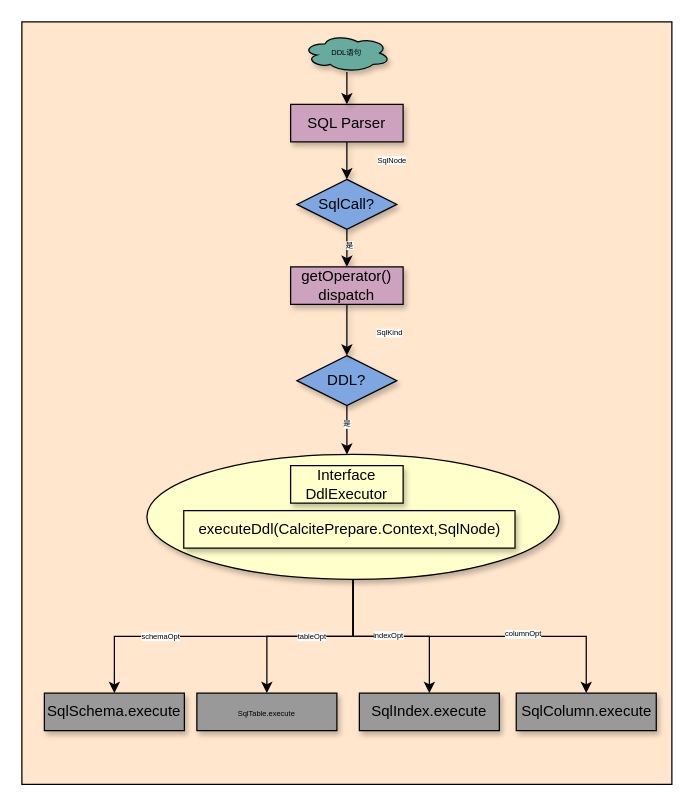
This is parser_ddl.drawio from arlottang/tdh_bit, a draw.io file, before an edit. Source tidied: cells renumbered, new cells numbered last; positions are measured from the earlier drawing's top-left corner, leaving out a move shared by most shapes. Both pictures are drawn from the tidied source at 125%, with x=0, y=0 at pixel (21, 21).
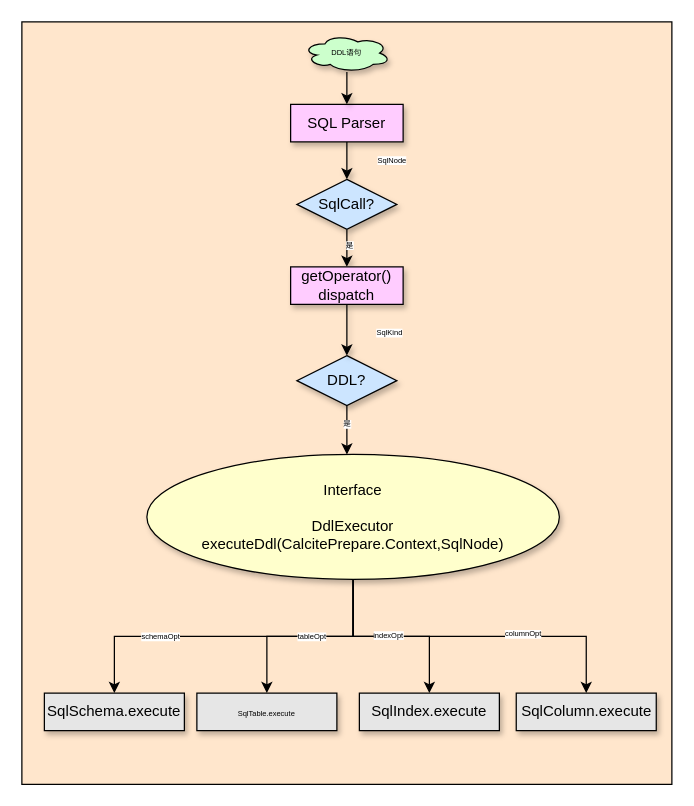
After the change.

Diff of the diagram source:
```diff
@@
-    <mxCell id="4" style="ellipse;whiteSpace=wrap;html=1;fillColor=#FFFFCC;shadow=1;" parent="1" vertex="1">
+    <mxCell id="4" value="Interface&lt;br&gt;&lt;br&gt;DdlExecutor&lt;span&gt;&lt;br&gt;executeDdl(CalcitePrepare.Context,SqlNode)&lt;/span&gt;" style="ellipse;whiteSpace=wrap;html=1;fillColor=#FFFFCC;shadow=1;" parent="1" vertex="1">
       <mxGeometry x="100" y="346" width="330" height="100" as="geometry" />
     </mxCell>
@@
-    <mxCell id="7" value="SQL Parser" style="rounded=0;whiteSpace=wrap;html=1;fillColor=#CDA2BE;shadow=1;" parent="1" vertex="1">
+    <mxCell id="7" value="SQL Parser" style="rounded=0;whiteSpace=wrap;html=1;fillColor=#FFCCFF;shadow=1;" parent="1" vertex="1">
       <mxGeometry x="215" y="66" width="90" height="30" as="geometry" />
     </mxCell>
@@
-    <mxCell id="10" value="SqlCall?" style="rhombus;whiteSpace=wrap;html=1;fillColor=#7EA6E0;shadow=1;" parent="1" vertex="1">
+    <mxCell id="10" value="SqlCall?" style="rhombus;whiteSpace=wrap;html=1;fillColor=#CCE5FF;shadow=1;" parent="1" vertex="1">
       <mxGeometry x="220" y="126" width="80" height="40" as="geometry" />
     </mxCell>
@@
-    <mxCell id="13" value="DDL?" style="rhombus;whiteSpace=wrap;html=1;fillColor=#7EA6E0;shadow=1;" parent="1" vertex="1">
+    <mxCell id="13" value="DDL?" style="rhombus;whiteSpace=wrap;html=1;fillColor=#CCE5FF;shadow=1;" parent="1" vertex="1">
       <mxGeometry x="220" y="267" width="80" height="40" as="geometry" />
     </mxCell>
@@
-    <mxCell id="15" value="getOperator()&lt;br&gt;dispatch" style="rounded=0;whiteSpace=wrap;html=1;fillColor=#CDA2BE;shadow=1;" parent="1" vertex="1">
+    <mxCell id="15" value="getOperator()&lt;br&gt;dispatch" style="rounded=0;whiteSpace=wrap;html=1;fillColor=#FFCCFF;shadow=1;" parent="1" vertex="1">
       <mxGeometry x="215" y="196" width="90" height="30" as="geometry" />
     </mxCell>
-    <mxCell id="16" value="Interface&lt;br&gt;DdlExecutor" style="rounded=0;whiteSpace=wrap;html=1;shadow=1;fillColor=#FFFFCC;" parent="1" vertex="1">
-      <mxGeometry x="215" y="355" width="90" height="30" as="geometry" />
-    </mxCell>
-    <mxCell id="17" value="executeDdl(CalcitePrepare.Context,SqlNode)" style="rounded=0;whiteSpace=wrap;html=1;shadow=1;fillColor=#FFFFCC;" parent="1" vertex="1">
-      <mxGeometry x="129.5" y="391" width="265" height="30" as="geometry" />
-    </mxCell>
-    <mxCell id="18" value="SqlSchema.execute" style="rounded=0;whiteSpace=wrap;html=1;shadow=1;fillColor=#999999;" parent="1" vertex="1">
+    <mxCell id="18" value="SqlSchema.execute" style="rounded=0;whiteSpace=wrap;html=1;shadow=1;fillColor=#E6E6E6;" parent="1" vertex="1">
       <mxGeometry x="18" y="537" width="112" height="30" as="geometry" />
     </mxCell>
-    <mxCell id="19" value="&lt;font style=&quot;font-size: 6px&quot;&gt;SqlTable.execute&lt;/font&gt;" style="rounded=0;whiteSpace=wrap;html=1;shadow=1;fillColor=#999999;" parent="1" vertex="1">
+    <mxCell id="19" value="&lt;font style=&quot;font-size: 6px&quot;&gt;SqlTable.execute&lt;/font&gt;" style="rounded=0;whiteSpace=wrap;html=1;shadow=1;fillColor=#E6E6E6;" parent="1" vertex="1">
       <mxGeometry x="140" y="537" width="112" height="30" as="geometry" />
     </mxCell>
-    <mxCell id="20" value="SqlIndex.execute" style="rounded=0;whiteSpace=wrap;html=1;shadow=1;fillColor=#999999;" parent="1" vertex="1">
+    <mxCell id="20" value="SqlIndex.execute" style="rounded=0;whiteSpace=wrap;html=1;shadow=1;fillColor=#E6E6E6;" parent="1" vertex="1">
       <mxGeometry x="270" y="537" width="112" height="30" as="geometry" />
     </mxCell>
@@
-    <mxCell id="22" value="DDL语句" style="ellipse;shape=cloud;whiteSpace=wrap;html=1;fontSize=6;fillColor=#67AB9F;shadow=1;" parent="1" vertex="1">
+    <mxCell id="22" value="DDL语句" style="ellipse;shape=cloud;whiteSpace=wrap;html=1;fontSize=6;fillColor=#CCFFCC;shadow=1;" parent="1" vertex="1">
       <mxGeometry x="225" y="10" width="70" height="30" as="geometry" />
     </mxCell>
-    <mxCell id="23" value="SqlColumn.execute" style="rounded=0;whiteSpace=wrap;html=1;shadow=1;fillColor=#999999;" parent="1" vertex="1">
+    <mxCell id="23" value="SqlColumn.execute" style="rounded=0;whiteSpace=wrap;html=1;shadow=1;fillColor=#E6E6E6;" parent="1" vertex="1">
       <mxGeometry x="395.5" y="537" width="112" height="30" as="geometry" />
     </mxCell>
```
